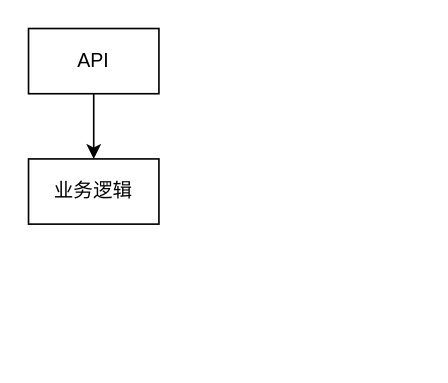
Before: Software/分层模式示例.drawio in noobwu/diagrams, a draw.io diagram. Source tidied: cells renumbered, new cells numbered last; positions are measured from the earlier drawing's top-left corner, leaving out a move shared by most shapes. Both pictures are drawn from the tidied source at 163%, with x=0, y=0 at pixel (28, 28).
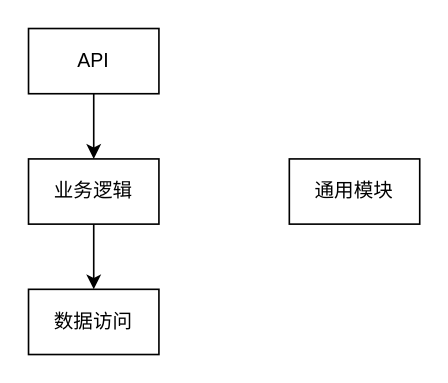
Above is the later version.

Commit message (it also covers changes not shown here):
Update 分层模式示例.drawio

What changed in the source:
```diff
@@
 <mxGraphModel>
   <root>
     <mxCell id="0" />
     <mxCell id="1" parent="0" />
     <mxCell id="2" style="edgeStyle=orthogonalEdgeStyle;rounded=0;jettySize=auto;html=1;" parent="1" edge="1" source="3" target="4">
       <mxGeometry relative="1" as="geometry" />
     </mxCell>
     <mxCell id="3" value="API" style="rounded=0;whiteSpace=wrap;html=1;" parent="1" vertex="1">
       <mxGeometry width="80" height="40" as="geometry" />
     </mxCell>
+    <mxCell id="5" style="edgeStyle=orthogonalEdgeStyle;rounded=0;jettySize=auto;html=1;" parent="1" edge="1" source="4" target="6">
+      <mxGeometry relative="1" as="geometry" />
+    </mxCell>
     <mxCell id="4" value="业务逻辑" style="rounded=0;whiteSpace=wrap;html=1;" parent="1" vertex="1">
       <mxGeometry y="80" width="80" height="40" as="geometry" />
     </mxCell>
+    <mxCell id="6" value="数据访问" style="rounded=0;whiteSpace=wrap;html=1;" parent="1" vertex="1">
+      <mxGeometry y="160" width="80" height="40" as="geometry" />
+    </mxCell>
+    <mxCell id="7" value="通用模块" style="rounded=0;whiteSpace=wrap;html=1;" parent="1" vertex="1">
+      <mxGeometry x="160" y="80" width="80" height="40" as="geometry" />
+    </mxCell>
   </root>
 </mxGraphModel>
```
